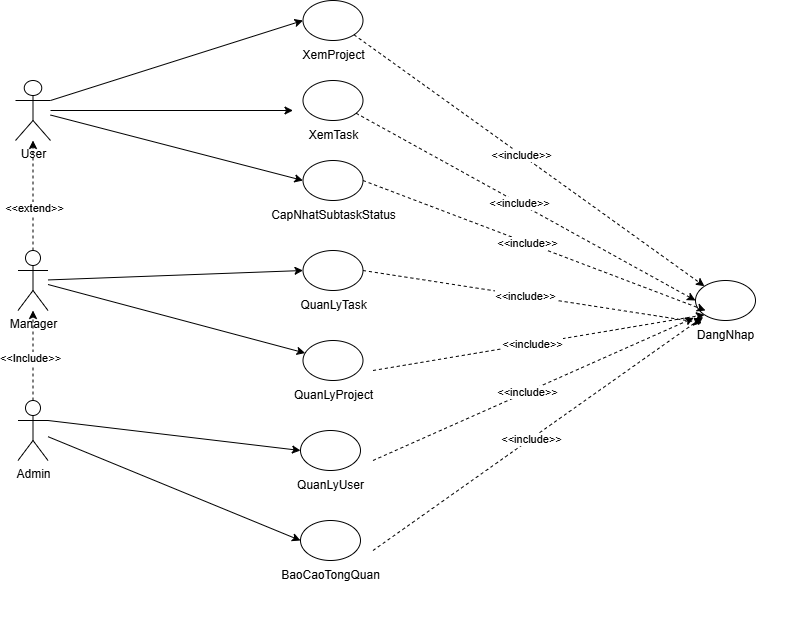
chickenlazy/college keeps this draw.io diagram as Báo Cáo/UC/college-UC Tong Quat.drawio.png. Above is the earlier version. Source tidied: cells renumbered, new cells last; positions are measured from the earlier drawing's top-left corner, leaving out a move shared by most shapes.
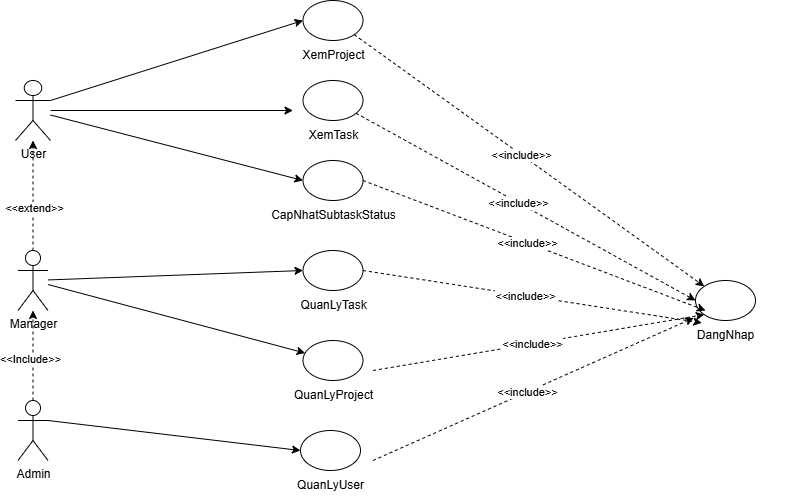
After the change.

The edit, as a diff of the source:
```diff
@@ -59,15 +59,6 @@
     <mxCell id="20" value="QuanLyProject" style="text;html=1;align=center;verticalAlign=middle;strokeColor=none;fillColor=none;" parent="18" vertex="1">
       <mxGeometry x="30" y="40" width="100" height="30" as="geometry" />
     </mxCell>
-    <mxCell id="21" style="group;" parent="1" vertex="1">
-      <mxGeometry x="235" y="520" width="160" height="110" as="geometry" />
-    </mxCell>
-    <mxCell id="22" style="ellipse;whiteSpace=wrap;html=1;" parent="21" vertex="1">
-      <mxGeometry x="50" width="60" height="40" as="geometry" />
-    </mxCell>
-    <mxCell id="23" value="BaoCaoTongQuan" style="text;html=1;align=center;verticalAlign=middle;strokeColor=none;fillColor=none;" parent="21" vertex="1">
-      <mxGeometry x="20" y="40" width="120" height="30" as="geometry" />
-    </mxCell>
     <mxCell id="24" style="group;" parent="1" vertex="1">
       <mxGeometry x="237.5" y="250" width="160" height="70" as="geometry" />
     </mxCell>
@@ -105,9 +96,6 @@
     <mxCell id="34" style="endArrow=classic;html=1;rounded=0;entryX=0;entryY=0.5;entryDx=0;entryDy=0;exitX=1;exitY=0.3333333333333333;exitDx=0;exitDy=0;exitPerimeter=0;" parent="1" edge="1" source="7" target="28">
       <mxGeometry relative="1" as="geometry" />
     </mxCell>
-    <mxCell id="35" style="endArrow=classic;html=1;rounded=0;entryX=0;entryY=0.5;entryDx=0;entryDy=0;" parent="1" edge="1" source="7" target="22">
-      <mxGeometry relative="1" as="geometry" />
-    </mxCell>
     <mxCell id="36" style="endArrow=classic;html=1;rounded=0;dashed=1;entryX=0;entryY=0;entryDx=0;entryDy=0;exitX=1;exitY=1;exitDx=0;exitDy=0;" parent="1" edge="1" source="13" target="3">
       <mxGeometry relative="1" as="geometry" />
     </mxCell>
@@ -136,14 +124,6 @@
     <mxCell id="43" value="&amp;lt;&amp;lt;include&amp;gt;&amp;gt;" style="edgeLabel;html=1;align=center;verticalAlign=middle;" parent="42" vertex="1">
       <mxGeometry x="-0.04" relative="1" as="geometry" />
     </mxCell>
-    <mxCell id="44" style="endArrow=classic;html=1;rounded=0;dashed=1;entryX=0.221;entryY=-0.118;entryDx=0;entryDy=0;entryPerimeter=0;" parent="1" edge="1" target="4">
-      <mxGeometry relative="1" as="geometry">
-        <mxPoint x="357.5" y="550" as="sourcePoint" />
-      </mxGeometry>
-    </mxCell>
-    <mxCell id="45" value="&amp;lt;&amp;lt;include&amp;gt;&amp;gt;" style="edgeLabel;html=1;align=center;verticalAlign=middle;" parent="44" vertex="1">
-      <mxGeometry x="-0.04" relative="1" as="geometry" />
-    </mxCell>
     <mxCell id="46" style="endArrow=classic;html=1;rounded=0;dashed=1;entryX=0.204;entryY=0.078;entryDx=0;entryDy=0;entryPerimeter=0;exitX=1;exitY=0.5;exitDx=0;exitDy=0;" parent="1" edge="1" source="25" target="4">
       <mxGeometry relative="1" as="geometry" />
     </mxCell>
```
